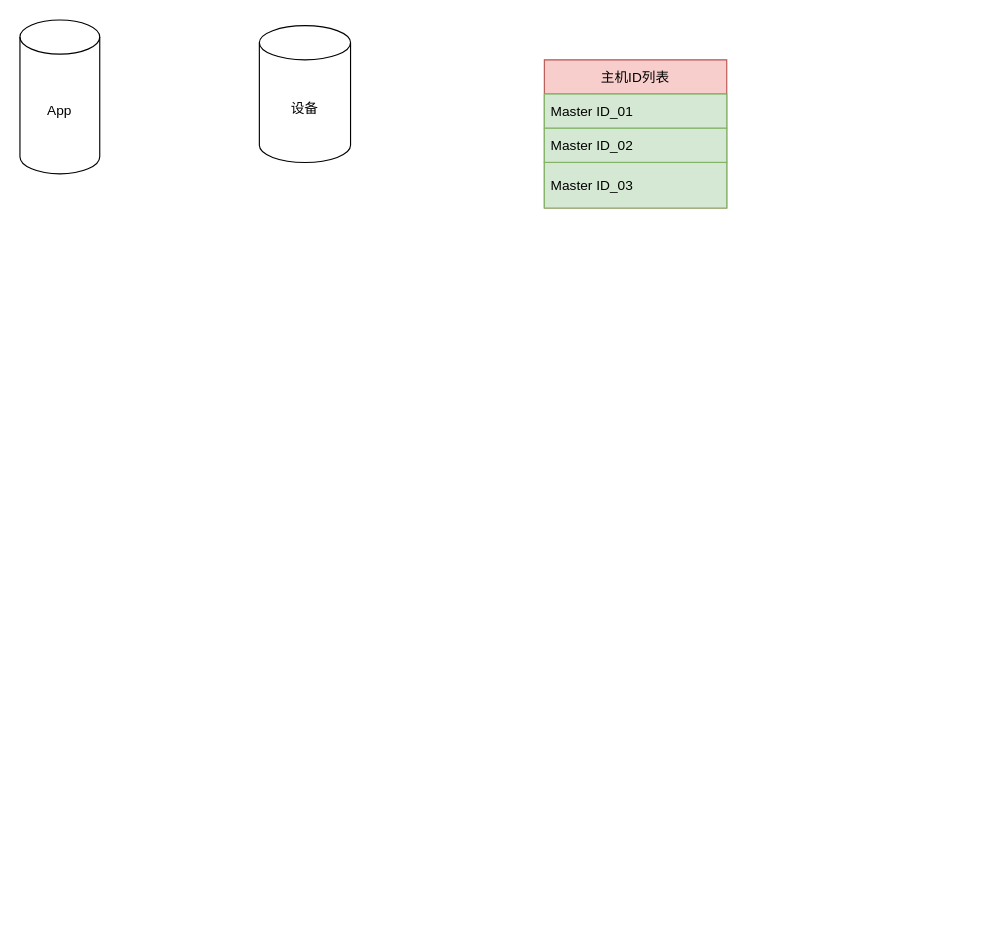
This is Untitled Diagram.drawio from LoganChan1990/git_skills, a draw.io file, before an edit. Source tidied: cells renumbered, new cells numbered last; positions are measured from the earlier drawing's top-left corner, leaving out a move shared by most shapes. Both pictures are drawn from the tidied source at 114%, with x=0, y=0 at pixel (19, 19).
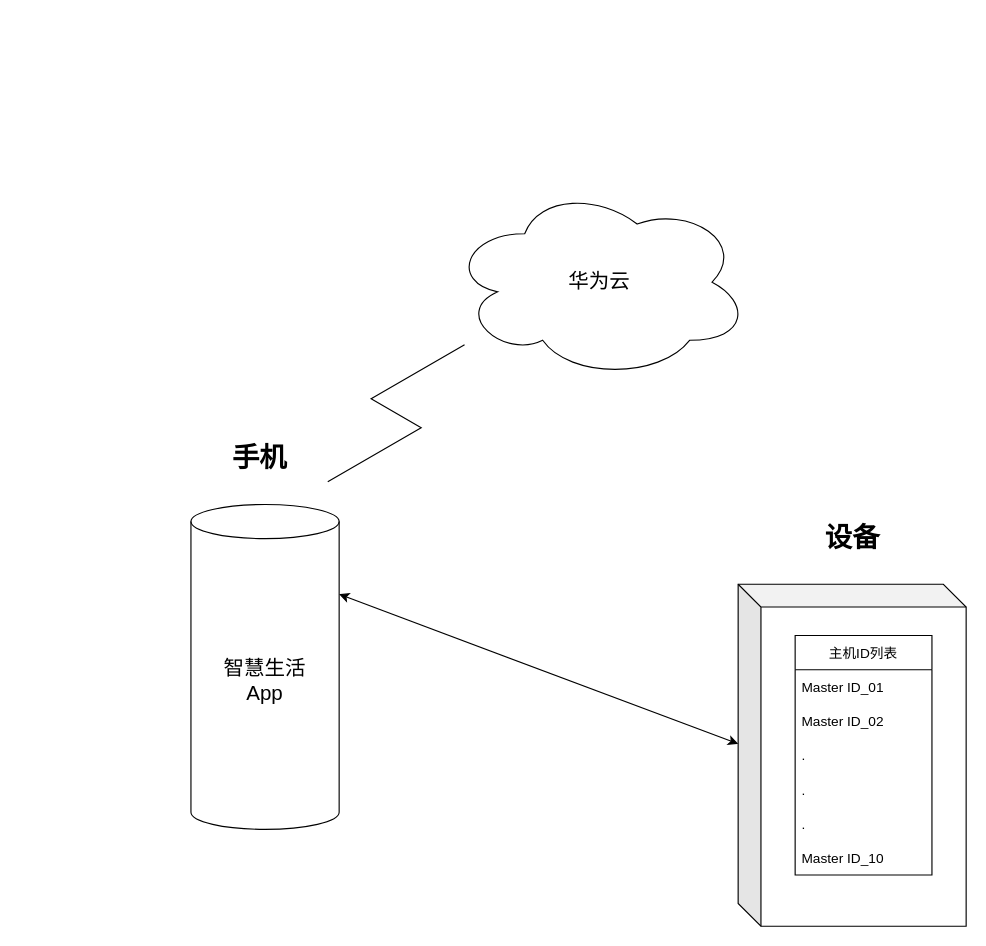
The same diagram, later.

Diff of the diagram source:
```diff
@@
 <mxGraphModel>
   <root>
     <mxCell id="0" />
     <mxCell id="1" parent="0" />
-    <mxCell id="2" value="App" style="shape=cylinder3;whiteSpace=wrap;html=1;boundedLbl=1;backgroundOutline=1;size=15;" parent="1" vertex="1">
-      <mxGeometry width="70" height="135" as="geometry" />
-    </mxCell>
-    <mxCell id="3" value="主机ID列表" style="swimlane;fontStyle=0;horizontal=1;startSize=30;fillColor=#f8cecc;strokeColor=#b85450;" parent="1" vertex="1">
-      <mxGeometry x="460" y="35" width="160" height="130" as="geometry" />
+    <mxCell id="3" value="主机ID列表" style="swimlane;fontStyle=0;horizontal=1;startSize=30;fillColor=default;" parent="1" vertex="1">
+      <mxGeometry x="680" y="540" width="120" height="210" as="geometry" />
     </mxCell>
-    <mxCell id="4" value="Master ID_01" style="text;strokeColor=#82b366;fillColor=#d5e8d4;align=left;verticalAlign=middle;spacingLeft=4;spacingRight=4;overflow=hidden;" parent="3" vertex="1">
-      <mxGeometry y="30" width="160" height="30" as="geometry" />
+    <mxCell id="4" value="Master ID_01" style="text;strokeColor=none;fillColor=none;align=left;verticalAlign=middle;spacingLeft=4;spacingRight=4;overflow=hidden;" parent="3" vertex="1">
+      <mxGeometry y="30" width="120" height="30" as="geometry" />
     </mxCell>
-    <mxCell id="5" value="Master ID_02" style="text;strokeColor=#82b366;fillColor=#d5e8d4;align=left;verticalAlign=middle;spacingLeft=4;spacingRight=4;overflow=hidden;" parent="3" vertex="1">
-      <mxGeometry y="60" width="160" height="30" as="geometry" />
+    <mxCell id="5" value="Master ID_02" style="text;strokeColor=none;fillColor=none;align=left;verticalAlign=middle;spacingLeft=4;spacingRight=4;overflow=hidden;" parent="3" vertex="1">
+      <mxGeometry y="60" width="120" height="30" as="geometry" />
     </mxCell>
-    <mxCell id="6" value="Master ID_03" style="text;strokeColor=#82b366;fillColor=#d5e8d4;align=left;verticalAlign=middle;spacingLeft=4;spacingRight=4;overflow=hidden;" parent="3" vertex="1">
-      <mxGeometry y="90" width="160" height="40" as="geometry" />
-    </mxCell>
+    <mxCell id="8" value="." style="text;strokeColor=none;fillColor=none;align=left;verticalAlign=middle;spacingLeft=4;spacingRight=4;overflow=hidden;" parent="3" vertex="1">
+      <mxGeometry y="90" width="120" height="30" as="geometry" />
+    </mxCell>
+    <mxCell id="9" value="." style="text;strokeColor=none;fillColor=none;align=left;verticalAlign=middle;spacingLeft=4;spacingRight=4;overflow=hidden;" parent="3" vertex="1">
+      <mxGeometry y="120" width="120" height="30" as="geometry" />
+    </mxCell>
+    <mxCell id="10" value="." style="text;strokeColor=none;fillColor=none;align=left;verticalAlign=middle;spacingLeft=4;spacingRight=4;overflow=hidden;" parent="3" vertex="1">
+      <mxGeometry y="150" width="120" height="30" as="geometry" />
+    </mxCell>
+    <mxCell id="11" value="Master ID_10" style="text;strokeColor=none;fillColor=none;align=left;verticalAlign=middle;spacingLeft=4;spacingRight=4;overflow=hidden;" parent="3" vertex="1">
+      <mxGeometry y="180" width="120" height="30" as="geometry" />
+    </mxCell>
+    <mxCell id="12" value="&lt;font style=&quot;font-size: 18px;&quot;&gt;智慧生活&lt;br&gt;App&lt;/font&gt;" style="shape=cylinder3;whiteSpace=wrap;html=1;boundedLbl=1;backgroundOutline=1;size=15;fillColor=none;" parent="1" vertex="1">
+      <mxGeometry x="150" y="425" width="130" height="285" as="geometry" />
+    </mxCell>
+    <mxCell id="13" style="shape=cube;whiteSpace=wrap;html=1;boundedLbl=1;backgroundOutline=1;darkOpacity=0.05;darkOpacity2=0.1;fillColor=none;align=center;" parent="1" vertex="1">
+      <mxGeometry x="630" y="495" width="200" height="300" as="geometry" />
+    </mxCell>
+    <mxCell id="14" value="华为云" style="ellipse;shape=cloud;whiteSpace=wrap;html=1;fontSize=18;fillColor=none;" parent="1" vertex="1">
+      <mxGeometry x="377" y="145" width="263" height="170" as="geometry" />
+    </mxCell>
+    <mxCell id="15" style="edgeStyle=isometricEdgeStyle;endArrow=none;html=1;rounded=0;fontSize=18;" parent="1" edge="1">
+      <mxGeometry relative="1" as="geometry">
+        <mxPoint x="270" y="405" as="sourcePoint" />
+        <mxPoint x="390" y="285" as="targetPoint" />
+      </mxGeometry>
+    </mxCell>
-    <mxCell id="7" value="设备" style="shape=cylinder3;whiteSpace=wrap;html=1;boundedLbl=1;backgroundOutline=1;size=15;" parent="1" vertex="1">
-      <mxGeometry x="210" y="5" width="80" height="120" as="geometry" />
+    <mxCell id="7" value="设备" style="text;strokeColor=none;fillColor=none;html=1;fontSize=24;fontStyle=1;verticalAlign=middle;align=center;" parent="1" vertex="1">
+      <mxGeometry x="680" y="435" width="100" height="40" as="geometry" />
     </mxCell>
+    <mxCell id="16" value="手机" style="text;strokeColor=none;fillColor=none;html=1;fontSize=24;fontStyle=1;verticalAlign=middle;align=center;" parent="1" vertex="1">
+      <mxGeometry x="160" y="365" width="100" height="40" as="geometry" />
+    </mxCell>
+    <mxCell id="17" style="endArrow=classic;startArrow=classic;html=1;rounded=0;fontSize=24;entryX=0;entryY=0;entryDx=0;entryDy=140;entryPerimeter=0;exitX=1;exitY=0;exitDx=0;exitDy=78.75;exitPerimeter=0;" parent="1" edge="1" source="12" target="13">
+      <mxGeometry relative="1" as="geometry" />
+    </mxCell>
   </root>
 </mxGraphModel>
```
